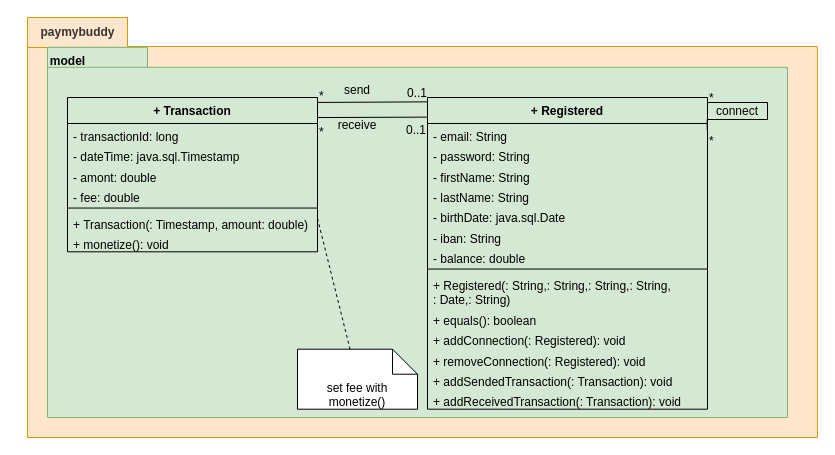
The draw.io diagram page "Model classes" (2 of 3) of UML/payMyBuddyUML.drawio in emmo78/com.paymybuddy.paymybuddy, before the edit. Source tidied: cells renumbered, new cells numbered last; positions are measured from the earlier drawing's top-left corner, leaving out a move shared by most shapes. Both pictures are drawn from the tidied source at 100%, with x=0, y=0 at pixel (17, 17).
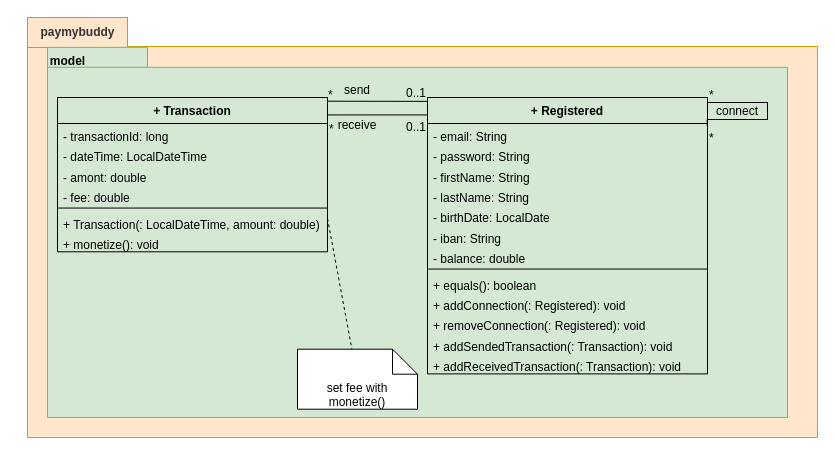
The same diagram, later.

Diff of the diagram source:
```diff
@@
     <mxCell id="6" value="+ Registered" style="swimlane;fontStyle=1;align=center;verticalAlign=top;horizontal=1;startSize=26;fillColor=#d5e8d4;strokeColor=#000000;" parent="1" vertex="1">
-      <mxGeometry x="410" y="80" width="280" height="311.7" as="geometry" />
+      <mxGeometry x="410" y="80" width="280" height="276.4" as="geometry" />
     </mxCell>
@@
-    <mxCell id="11" value="- birthDate: java.sql.Date" style="text;strokeColor=none;fillColor=none;align=left;verticalAlign=top;spacingLeft=4;spacingRight=4;overflow=hidden;" parent="6" vertex="1">
+    <mxCell id="11" value="- birthDate: LocalDate" style="text;strokeColor=none;fillColor=none;align=left;verticalAlign=top;spacingLeft=4;spacingRight=4;overflow=hidden;" parent="6" vertex="1">
       <mxGeometry y="107.4" width="280" height="20.3" as="geometry" />
     </mxCell>
@@
-    <mxCell id="15" value="+ Registered(: String,: String,: String,: String,&#10;: Date,: String)" style="text;strokeColor=none;fillColor=none;align=left;verticalAlign=top;spacingLeft=4;spacingRight=4;overflow=hidden;" parent="6" vertex="1">
-      <mxGeometry y="174.7" width="280" height="35.3" as="geometry" />
-    </mxCell>
     <mxCell id="16" value="+ equals(): boolean" style="text;strokeColor=none;fillColor=none;align=left;verticalAlign=top;spacingLeft=4;spacingRight=4;overflow=hidden;" parent="6" vertex="1">
-      <mxGeometry y="210" width="280" height="20.3" as="geometry" />
+      <mxGeometry y="174.7" width="280" height="20.3" as="geometry" />
     </mxCell>
     <mxCell id="17" value="+ addConnection(: Registered): void" style="text;strokeColor=none;fillColor=none;align=left;verticalAlign=top;spacingLeft=4;spacingRight=4;overflow=hidden;" parent="6" vertex="1">
-      <mxGeometry y="230.3" width="280" height="20.3" as="geometry" />
+      <mxGeometry y="195" width="280" height="20.3" as="geometry" />
     </mxCell>
     <mxCell id="18" value="+ removeConnection(: Registered): void" style="text;strokeColor=none;fillColor=none;align=left;verticalAlign=top;spacingLeft=4;spacingRight=4;overflow=hidden;" parent="6" vertex="1">
-      <mxGeometry y="250.7" width="280" height="20.3" as="geometry" />
+      <mxGeometry y="215.4" width="280" height="20.3" as="geometry" />
     </mxCell>
     <mxCell id="19" value="+ addSendedTransaction(: Transaction): void" style="text;strokeColor=none;fillColor=none;align=left;verticalAlign=top;spacingLeft=4;spacingRight=4;overflow=hidden;" parent="6" vertex="1">
-      <mxGeometry y="271" width="280" height="20.3" as="geometry" />
+      <mxGeometry y="235.7" width="280" height="20.3" as="geometry" />
     </mxCell>
     <mxCell id="20" value="+ addReceivedTransaction(: Transaction): void" style="text;strokeColor=none;fillColor=none;align=left;verticalAlign=top;spacingLeft=4;spacingRight=4;overflow=hidden;" parent="6" vertex="1">
-      <mxGeometry y="291.4" width="280" height="20.3" as="geometry" />
+      <mxGeometry y="256" width="280" height="20.3" as="geometry" />
     </mxCell>
     <mxCell id="21" value="+ Transaction" style="swimlane;fontStyle=1;align=center;verticalAlign=top;horizontal=1;startSize=26;fillColor=#d5e8d4;strokeColor=#000000;" parent="1" vertex="1">
-      <mxGeometry x="50" y="80" width="250" height="154.3" as="geometry" />
+      <mxGeometry x="40" y="80" width="270" height="154.3" as="geometry" />
     </mxCell>
     <mxCell id="22" value="- transactionId: long" style="text;strokeColor=none;fillColor=none;align=left;verticalAlign=top;spacingLeft=4;spacingRight=4;overflow=hidden;" parent="21" vertex="1">
-      <mxGeometry y="26" width="250" height="20.3" as="geometry" />
+      <mxGeometry y="26" width="270" height="20.3" as="geometry" />
     </mxCell>
-    <mxCell id="23" value="- dateTime: java.sql.Timestamp" style="text;strokeColor=none;fillColor=none;align=left;verticalAlign=top;spacingLeft=4;spacingRight=4;overflow=hidden;" parent="21" vertex="1">
-      <mxGeometry y="46.3" width="250" height="20.3" as="geometry" />
+    <mxCell id="23" value="- dateTime: LocalDateTime" style="text;strokeColor=none;fillColor=none;align=left;verticalAlign=top;spacingLeft=4;spacingRight=4;overflow=hidden;" parent="21" vertex="1">
+      <mxGeometry y="46.3" width="270" height="20.3" as="geometry" />
     </mxCell>
     <mxCell id="24" value="- amont: double" style="text;strokeColor=none;fillColor=none;align=left;verticalAlign=top;spacingLeft=4;spacingRight=4;overflow=hidden;" parent="21" vertex="1">
-      <mxGeometry y="66.7" width="250" height="20.3" as="geometry" />
+      <mxGeometry y="66.7" width="270" height="20.3" as="geometry" />
     </mxCell>
     <mxCell id="25" value="- fee: double" style="text;strokeColor=none;fillColor=none;align=left;verticalAlign=top;spacingLeft=4;spacingRight=4;overflow=hidden;" parent="21" vertex="1">
-      <mxGeometry y="87" width="250" height="20.3" as="geometry" />
+      <mxGeometry y="87" width="270" height="20.3" as="geometry" />
     </mxCell>
     <mxCell id="26" style="line;strokeWidth=1;fillColor=none;align=left;verticalAlign=middle;spacingTop=-1;spacingLeft=3;spacingRight=3;labelPosition=right;" parent="21" vertex="1">
-      <mxGeometry y="107.4" width="250" height="6.3" as="geometry" />
+      <mxGeometry y="107.4" width="270" height="6.3" as="geometry" />
     </mxCell>
-    <mxCell id="27" value="+ Transaction(: Timestamp, amount: double)" style="text;strokeColor=none;fillColor=none;align=left;verticalAlign=top;spacingLeft=4;spacingRight=4;overflow=hidden;points=[[0,0.5],[1,0.5]];portConstraint=eastwest;" parent="21" vertex="1">
-      <mxGeometry y="113.6" width="250" height="20.3" as="geometry" />
+    <mxCell id="27" value="+ Transaction(: LocalDateTime, amount: double)" style="text;strokeColor=none;fillColor=none;align=left;verticalAlign=top;spacingLeft=4;spacingRight=4;overflow=hidden;points=[[0,0.5],[1,0.5]];portConstraint=eastwest;" parent="21" vertex="1">
+      <mxGeometry y="113.6" width="270" height="20.3" as="geometry" />
     </mxCell>
     <mxCell id="28" value="+ monetize(): void" style="text;strokeColor=none;fillColor=none;align=left;verticalAlign=top;spacingLeft=4;spacingRight=4;overflow=hidden;" parent="21" vertex="1">
-      <mxGeometry y="134" width="250" height="20.3" as="geometry" />
+      <mxGeometry y="134" width="270" height="20.3" as="geometry" />
     </mxCell>
@@
-    <mxCell id="34" style="endArrow=none;html=1;rounded=0;align=center;verticalAlign=top;endFill=0;labelBackgroundColor=none;entryX=-0.002;entryY=0.014;entryDx=0;entryDy=0;strokeColor=#000000;entryPerimeter=0;exitX=0.999;exitY=0.032;exitDx=0;exitDy=0;exitPerimeter=0;" parent="1" edge="1" source="21" target="6">
+    <mxCell id="34" style="endArrow=none;html=1;rounded=0;align=center;verticalAlign=top;endFill=0;labelBackgroundColor=none;entryX=-0.002;entryY=0.014;entryDx=0;entryDy=0;strokeColor=#000000;entryPerimeter=0;exitX=0.998;exitY=0.024;exitDx=0;exitDy=0;exitPerimeter=0;" parent="1" edge="1" source="21" target="6">
       <mxGeometry relative="1" as="geometry" />
     </mxCell>
@@
-    <mxCell id="37" style="endArrow=none;html=1;rounded=0;align=center;verticalAlign=top;endFill=0;labelBackgroundColor=none;strokeColor=#000000;entryX=-0.002;entryY=0.063;entryDx=0;entryDy=0;entryPerimeter=0;exitX=0.998;exitY=0.13;exitDx=0;exitDy=0;exitPerimeter=0;" parent="1" edge="1" source="21" target="6">
+    <mxCell id="37" style="endArrow=none;html=1;rounded=0;align=center;verticalAlign=top;endFill=0;labelBackgroundColor=none;strokeColor=#000000;entryX=-0.002;entryY=0.063;entryDx=0;entryDy=0;entryPerimeter=0;exitX=1;exitY=0.113;exitDx=0;exitDy=0;exitPerimeter=0;" parent="1" edge="1" source="21" target="6">
       <mxGeometry relative="1" as="geometry" />
     </mxCell>
```
